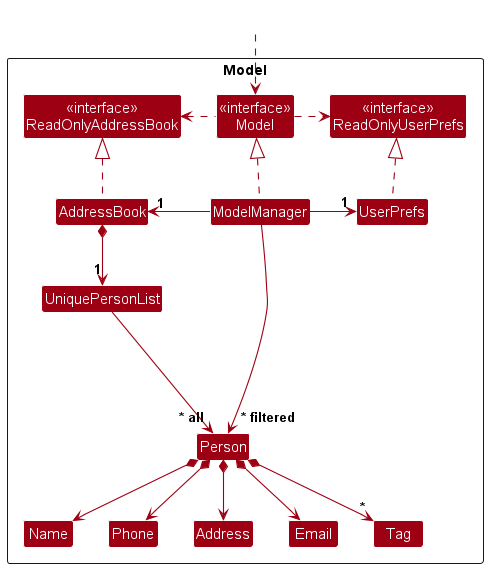
Earlier version of the PlantUML export docs/images/ModelClassDiagram.png (nus-cs2103-AY2324S2/tp).
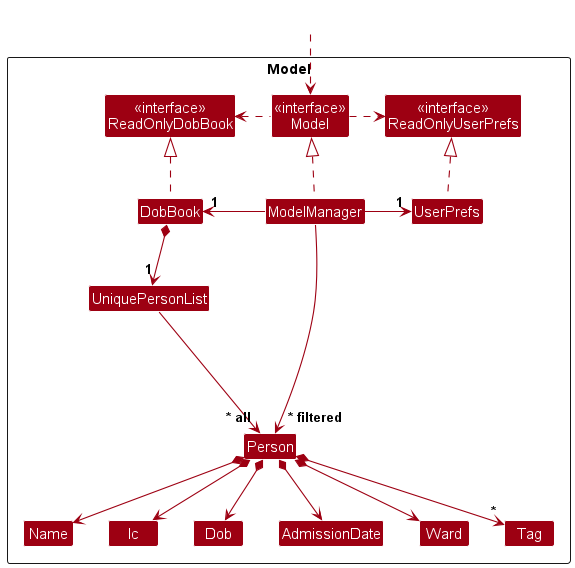
After the commit.

What changed in the source:
```diff
@@ -5,19 +5,20 @@
 skinparam classBackgroundColor MODEL_COLOR
 
 Package Model as ModelPackage <<Rectangle>>{
-Class "<<interface>>\nReadOnlyAddressBook" as ReadOnlyAddressBook
+Class "<<interface>>\nReadOnlyDobBook" as ReadOnlyDobBook
 Class "<<interface>>\nReadOnlyUserPrefs" as ReadOnlyUserPrefs
 Class "<<interface>>\nModel" as Model
-Class AddressBook
+Class DobBook
 Class ModelManager
 Class UserPrefs
 
 Class UniquePersonList
 Class Person
-Class Address
-Class Email
+Class Dob
+Class AdmissionDate
 Class Name
-Class Phone
+Class Ic
+Class Ward
 Class Tag
 
 Class I #FFFFFF
@@ -26,29 +27,30 @@
 Class HiddenOutside #FFFFFF
 HiddenOutside ..> Model
 
-AddressBook .up.|> ReadOnlyAddressBook
+DobBook .up.|> ReadOnlyDobBook
 
 ModelManager .up.|> Model
 Model .right.> ReadOnlyUserPrefs
-Model .left.> ReadOnlyAddressBook
-ModelManager -left-> "1" AddressBook
+Model .left.> ReadOnlyDobBook
+ModelManager -left-> "1" DobBook
 ModelManager -right-> "1" UserPrefs
 UserPrefs .up.|> ReadOnlyUserPrefs
 
-AddressBook *--> "1" UniquePersonList
+DobBook *--> "1" UniquePersonList
 UniquePersonList --> "~* all" Person
 Person *--> Name
-Person *--> Phone
-Person *--> Email
-Person *--> Address
+Person *--> Ic
+Person *--> AdmissionDate
+Person *--> Dob
+Person *--> Ward
 Person *--> "*" Tag
 
 Person -[hidden]up--> I
 UniquePersonList -[hidden]right-> I
 
-Name -[hidden]right-> Phone
-Phone -[hidden]right-> Address
-Address -[hidden]right-> Email
+Name -[hidden]right-> Ic
+Ic -[hidden]right-> Dob
+Dob -[hidden]right-> AdmissionDate
 
 ModelManager --> "~* filtered" Person
 @enduml
```
